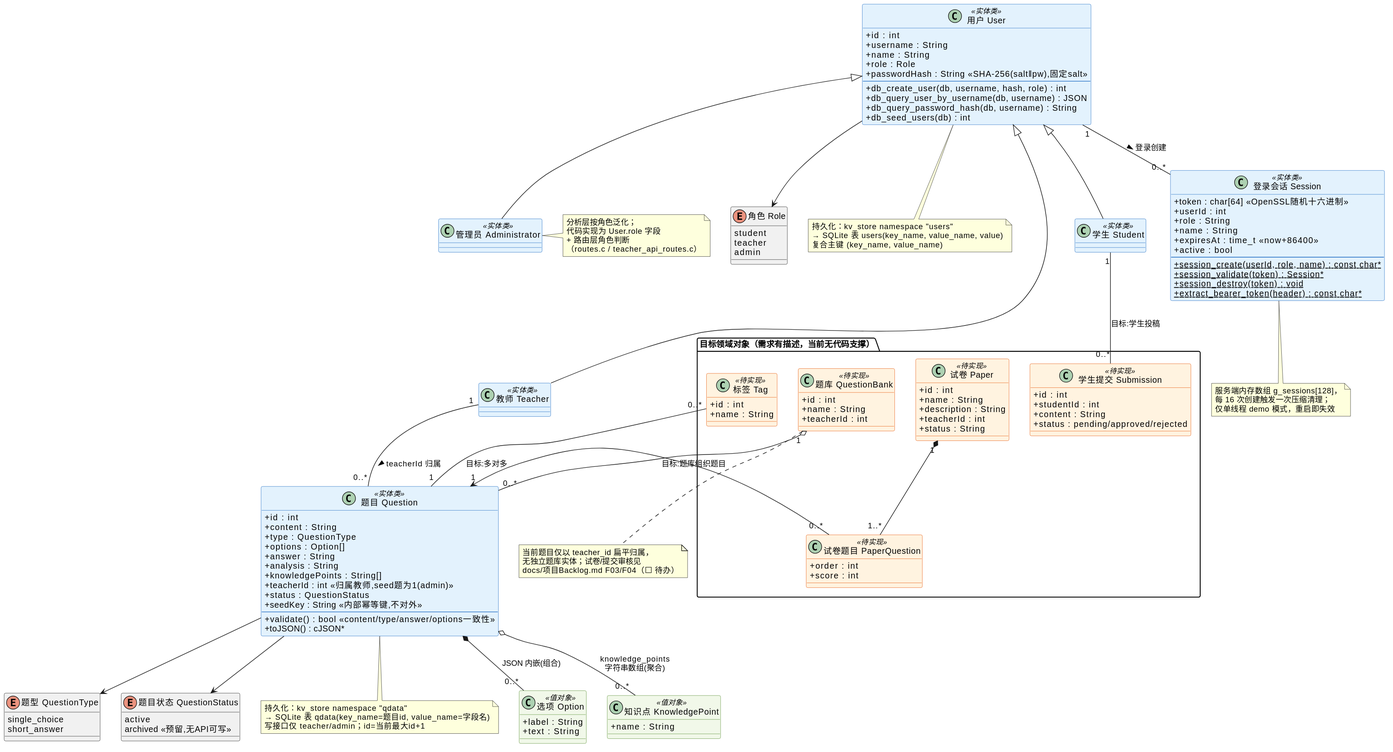
Above: OOA_OOD/diagrams/class/cls1_domain.svg in Araaaagorn/ai-question-bank (PlantUML), before the change.
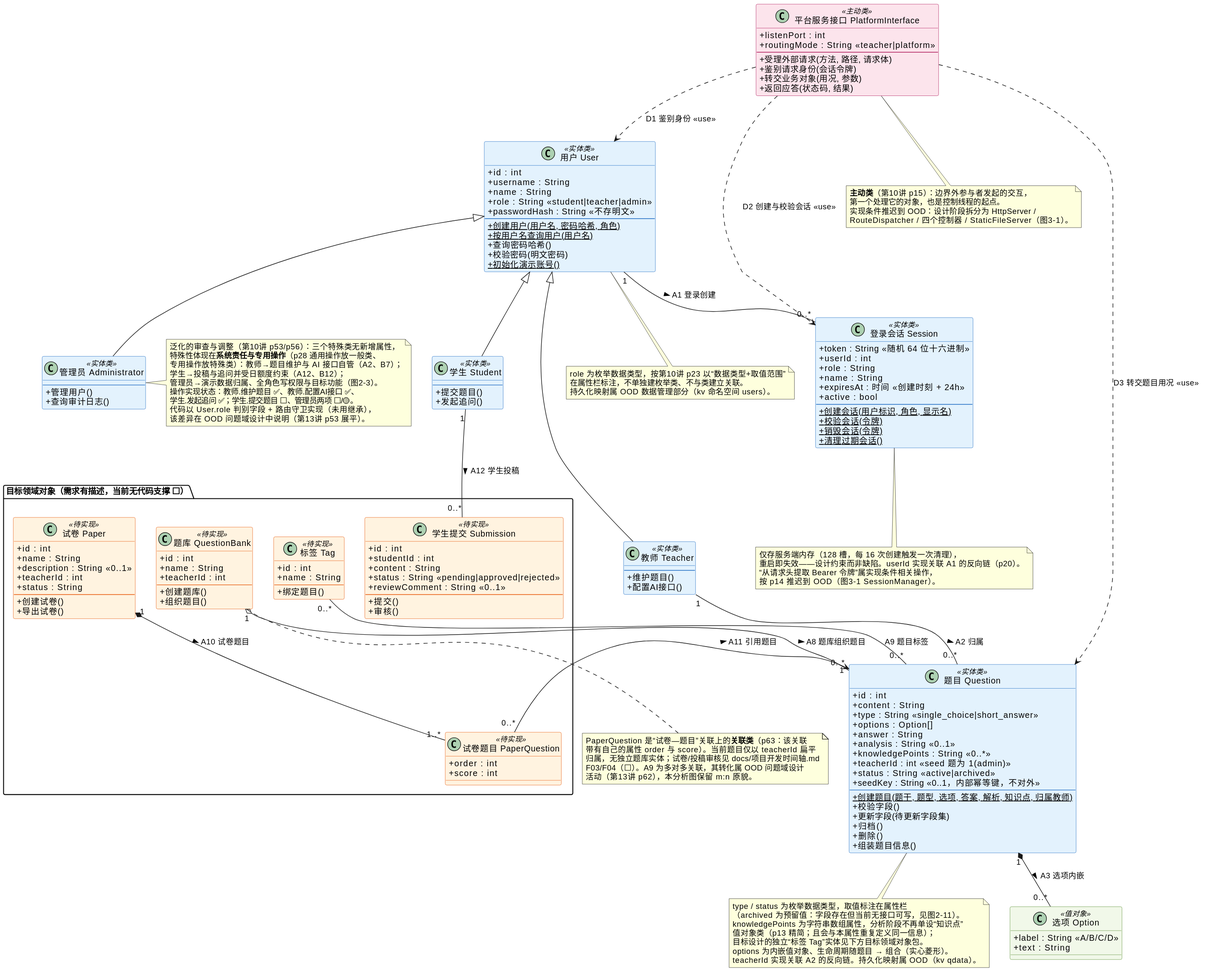
After the commit.

Change to the diagram source:
```diff
@@ -4,130 +4,165 @@
 skinparam class {
   BackgroundColor<<实体类>> #E3F2FD
   BorderColor<<实体类>> #1565C0
+  BackgroundColor<<主动类>> #FCE4EC
+  BorderColor<<主动类>> #AD1457
   BackgroundColor<<值对象>> #F1F8E9
   BorderColor<<值对象>> #558B2F
   BackgroundColor<<待实现>> #FFF3E0
   BorderColor<<待实现>> #E65100
 }
 
-enum "角色 Role" as Role {
-  student
-  teacher
-  admin
+class "平台服务接口 PlatformInterface" as PI <<主动类>> {
+  +listenPort : int
+  +routingMode : String «teacher|platform»
+  --
+  +受理外部请求(方法, 路径, 请求体)
+  +鉴别请求身份(会话令牌)
+  +转交业务对象(用况, 参数)
+  +返回应答(状态码, 结果)
 }
+note bottom of PI
+  **主动类**（第10讲 p15）：边界外参与者发起的交互，
+  第一个处理它的对象，也是控制线程的起点。
+  实现条件推迟到 OOD：设计阶段拆分为 HttpServer /
+  RouteDispatcher / 四个控制器 / StaticFileServer（图3-1）。
+end note
 
 class "用户 User" as User <<实体类>> {
   +id : int
   +username : String
   +name : String
-  +role : Role
-  +passwordHash : String «SHA-256(salt‖pw),固定salt»
+  +role : String «student|teacher|admin»
+  +passwordHash : String «不存明文»
   --
-  +db_create_user(db, username, hash, role) : int
-  +db_query_user_by_username(db, username) : JSON
-  +db_query_password_hash(db, username) : String
-  +db_seed_users(db) : int
+  +{static} 创建用户(用户名, 密码哈希, 角色)
+  +{static} 按用户名查询用户(用户名)
+  +查询密码哈希()
+  +校验密码(明文密码)
+  +{static} 初始化演示账号()
 }
 note bottom of User
-  持久化：kv_store namespace "users"
-  → SQLite 表 users(key_name, value_name, value)
-  复合主键 (key_name, value_name)
+  role 为枚举数据类型，按第10讲 p23 以“数据类型+取值范围”
+  在属性栏标注，不单独建枚举类、不与类建立关联。
+  持久化映射属 OOD 数据管理部分（kv 命名空间 users）。
 end note
 
-class "管理员 Administrator" as Admin <<实体类>>
-class "教师 Teacher" as Teacher <<实体类>>
-class "学生 Student" as Student <<实体类>>
+class "管理员 Administrator" as Admin <<实体类>> {
+  --
+  +管理用户()
+  +查询审计日志()
+}
+class "教师 Teacher" as Teacher <<实体类>> {
+  --
+  +维护题目()
+  +配置AI接口()
+}
+class "学生 Student" as Student <<实体类>> {
+  --
+  +提交题目()
+  +发起追问()
+}
 User <|-- Admin
 User <|-- Teacher
 User <|-- Student
 note right of Admin
-  分析层按角色泛化；
-  代码实现为 User.role 字段
-  + 路由层角色判断
-  （routes.c / teacher_api_routes.c）
+  泛化的审查与调整（第10讲 p53/p56）：三个特殊类无新增属性，
+  特殊性体现在**系统责任与专用操作**（p28 通用操作放一般类、
+  专用操作放特殊类）：教师→题目维护与 AI 接口自管（A2、B7）；
+  学生→投稿与追问并受日额度约束（A12、B12）；
+  管理员→演示数据归属、全角色写权限与目标功能（图2-3）。
+  操作实现状态：教师.维护题目 ✅、教师.配置AI接口 ✅、
+  学生.发起追问 ✅；学生.提交题目 ⬜、管理员两项 ⬜/🟡。
+  代码以 User.role 判别字段 + 路由守卫实现（未用继承），
+  该差异在 OOD 问题域设计中说明（第13讲 p53 展平）。
 end note
 
 class "登录会话 Session" as Session <<实体类>> {
-  +token : char[64] «OpenSSL随机十六进制»
+  +token : String «随机 64 位十六进制»
   +userId : int
   +role : String
   +name : String
-  +expiresAt : time_t «now+86400»
+  +expiresAt : 时间 «创建时刻 + 24h»
   +active : bool
   --
-  +{static} session_create(userId, role, name) : const char*
-  +{static} session_validate(token) : Session*
-  +{static} session_destroy(token) : void
-  +{static} extract_bearer_token(header) : const char*
+  +{static} 创建会话(用户标识, 角色, 显示名)
+  +{static} 校验会话(令牌)
+  +{static} 销毁会话(令牌)
+  +{static} 清理过期会话()
 }
 note bottom of Session
-  服务端内存数组 g_sessions[128]，
-  每 16 次创建触发一次压缩清理；
-  仅单线程 demo 模式，重启即失效
+  仅存服务端内存（128 槽，每 16 次创建触发一次清理），
+  重启即失效——设计约束而非缺陷。userId 实现关联 A1 的反向链（p20）。
+  “从请求头提取 Bearer 令牌”属实现条件相关操作，
+  按 p14 推迟到 OOD（图3-1 SessionManager）。
 end note
-
-enum "题型 QuestionType" as QType {
-  single_choice
-  short_answer
-}
-enum "题目状态 QuestionStatus" as QStatus {
-  active
-  archived «预留,无API可写»
-}
 
 class "题目 Question" as Question <<实体类>> {
   +id : int
   +content : String
-  +type : QuestionType
+  +type : String «single_choice|short_answer»
   +options : Option[]
   +answer : String
-  +analysis : String
-  +knowledgePoints : String[]
-  +teacherId : int «归属教师,seed题为1(admin)»
-  +status : QuestionStatus
-  +seedKey : String «内部幂等键,不对外»
+  +analysis : String «0..1»
+  +knowledgePoints : String «0..*»
+  +teacherId : int «seed 题为 1(admin)»
+  +status : String «active|archived»
+  +seedKey : String «0..1，内部幂等键，不对外»
   --
-  +validate() : bool «content/type/answer/options一致性»
-  +toJSON() : cJSON*
+  +{static} 创建题目(题干, 题型, 选项, 答案, 解析, 知识点, 归属教师)
+  +校验字段()
+  +更新字段(待更新字段集)
+  +归档()
+  +删除()
+  +组装题目信息()
 }
 note bottom of Question
-  持久化：kv_store namespace "qdata"
-  → SQLite 表 qdata(key_name=题目id, value_name=字段名)
-  写接口仅 teacher/admin；id=当前最大id+1
+  type / status 为枚举数据类型，取值标注在属性栏
+  （archived 为预留值：字段存在但当前无接口可写，见图2-11）。
+  knowledgePoints 为字符串数组属性，分析阶段不再单设“知识点”
+  值对象类（p13 精简；且会与本属性重复定义同一信息）；
+  目标设计的独立“标签 Tag”实体见下方目标领域对象包。
+  options 为内嵌值对象、生命周期随题目 → 组合（实心菱形）。
+  teacherId 实现关联 A2 的反向链。持久化映射属 OOD（kv qdata）。
 end note
 
 class "选项 Option" as Option <<值对象>> {
-  +label : String
+  +label : String «A/B/C/D»
   +text : String
 }
-class "知识点 KnowledgePoint" as KP <<值对象>> {
-  +name : String
-}
 
-User "1" -- "0..*" Session : 登录创建 >
-Teacher "1" -- "0..*" Question : teacherId 归属 >
-Question *-- "0..*" Option : JSON 内嵌(组合)
-Question o-- "0..*" KP : knowledge_points\n字符串数组(聚合)
-Question --> QType
-Question --> QStatus
-User --> Role
+Question "1" *-- "0..*" Option : A3 选项内嵌 >
 
-package "目标领域对象（需求有描述，当前无代码支撑）" {
+User "1" -- "0..*" Session : A1 登录创建 >
+Teacher "1" -- "0..*" Question : A2 归属 >
+PI ..> User : D1 鉴别身份 <<use>>
+PI ..> Session : D2 创建与校验会话 <<use>>
+PI ..> Question : D3 转交题目用况 <<use>>
+
+package "目标领域对象（需求有描述，当前无代码支撑 ⬜）" {
   class "题库 QuestionBank" as Bank <<待实现>> {
     +id : int
     +name : String
     +teacherId : int
+    --
+    +创建题库()
+    +组织题目()
   }
   class "标签 Tag" as Tag <<待实现>> {
     +id : int
     +name : String
+    --
+    +绑定题目()
   }
   class "试卷 Paper" as Paper <<待实现>> {
     +id : int
     +name : String
-    +description : String
+    +description : String «0..1»
     +teacherId : int
     +status : String
+    --
+    +创建试卷()
+    +导出试卷()
   }
   class "试卷题目 PaperQuestion" as PaperQ <<待实现>> {
     +order : int
@@ -137,17 +172,23 @@
     +id : int
     +studentId : int
     +content : String
-    +status : pending/approved/rejected
+    +status : String «pending|approved|rejected»
+    +reviewComment : String «0..1»
+    --
+    +提交()
+    +审核()
   }
 }
-Bank "1" o-- "0..*" Question : 目标:题库组织题目
-Question "1" -- "0..*" Tag : 目标:多对多
-Paper "1" *-- "1..*" PaperQ
-PaperQ "0..*" --> "1" Question
-Student "1" -- "0..*" Sub : 目标:学生投稿
+Bank "1" o-- "0..*" Question : A8 题库组织题目 >
+Question "0..*" -- "0..*" Tag : A9 题目标签
+Paper "1" *-- "1..*" PaperQ : A10 试卷题目 >
+PaperQ "0..*" --> "1" Question : A11 引用题目 >
+Student "1" -- "0..*" Sub : A12 学生投稿 >
 note bottom of Bank
-  当前题目仅以 teacher_id 扁平归属，
-  无独立题库实体；试卷/提交审核见
-  docs/项目Backlog.md F03/F04（⬜ 待办）
+  PaperQuestion 是“试卷—题目”关联上的**关联类**（p63：该关联
+  带有自己的属性 order 与 score）。当前题目仅以 teacherId 扁平
+  归属，无独立题库实体；试卷/投稿审核见 docs/项目开发时间轴.md
+  F03/F04（⬜）。A9 为多对多关联，其转化属 OOD 问题域设计
+  活动（第13讲 p62），本分析图保留 m:n 原貌。
 end note
 @enduml
```
